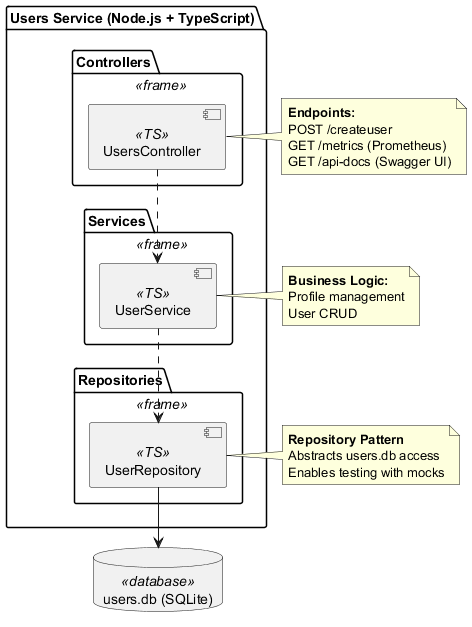
Above: images/level2-users.png in Arquisoft/yovi_es1c (PlantUML), before the change.
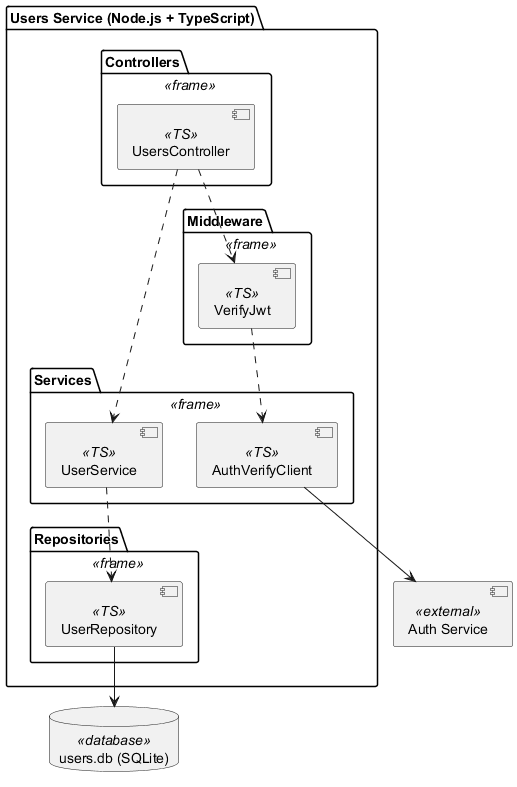
After the commit.

Change to the diagram source:
```diff
@@ -7,36 +7,26 @@
 
   package "Services" <<frame>> {
     component [UserService] <<TS>>
+    component [AuthVerifyClient] <<TS>>
   }
 
   package "Repositories" <<frame>> {
     component [UserRepository] <<TS>>
   }
+
+  package "Middleware" <<frame>> {
+    component [VerifyJwt] <<TS>>
+  }
 }
 
 database "users.db (SQLite)" as usersdb <<database>>
+component "Auth Service" as auth <<external>>
 
+[UsersController] ..> [VerifyJwt]
 [UsersController] ..> [UserService]
+[VerifyJwt] ..> [AuthVerifyClient]
 [UserService] ..> [UserRepository]
 [UserRepository] --> usersdb
-
-note right of [UsersController]
-  **Endpoints:**
-  POST /createuser
-  GET /metrics (Prometheus)
-  GET /api-docs (Swagger UI)
-end note
-
-note right of [UserService]
-  **Business Logic:**
-  Profile management
-  User CRUD
-end note
-
-note right of [UserRepository]
-  **Repository Pattern**
-  Abstracts users.db access
-  Enables testing with mocks
-end note
+[AuthVerifyClient] --> auth
 
 @enduml
```
